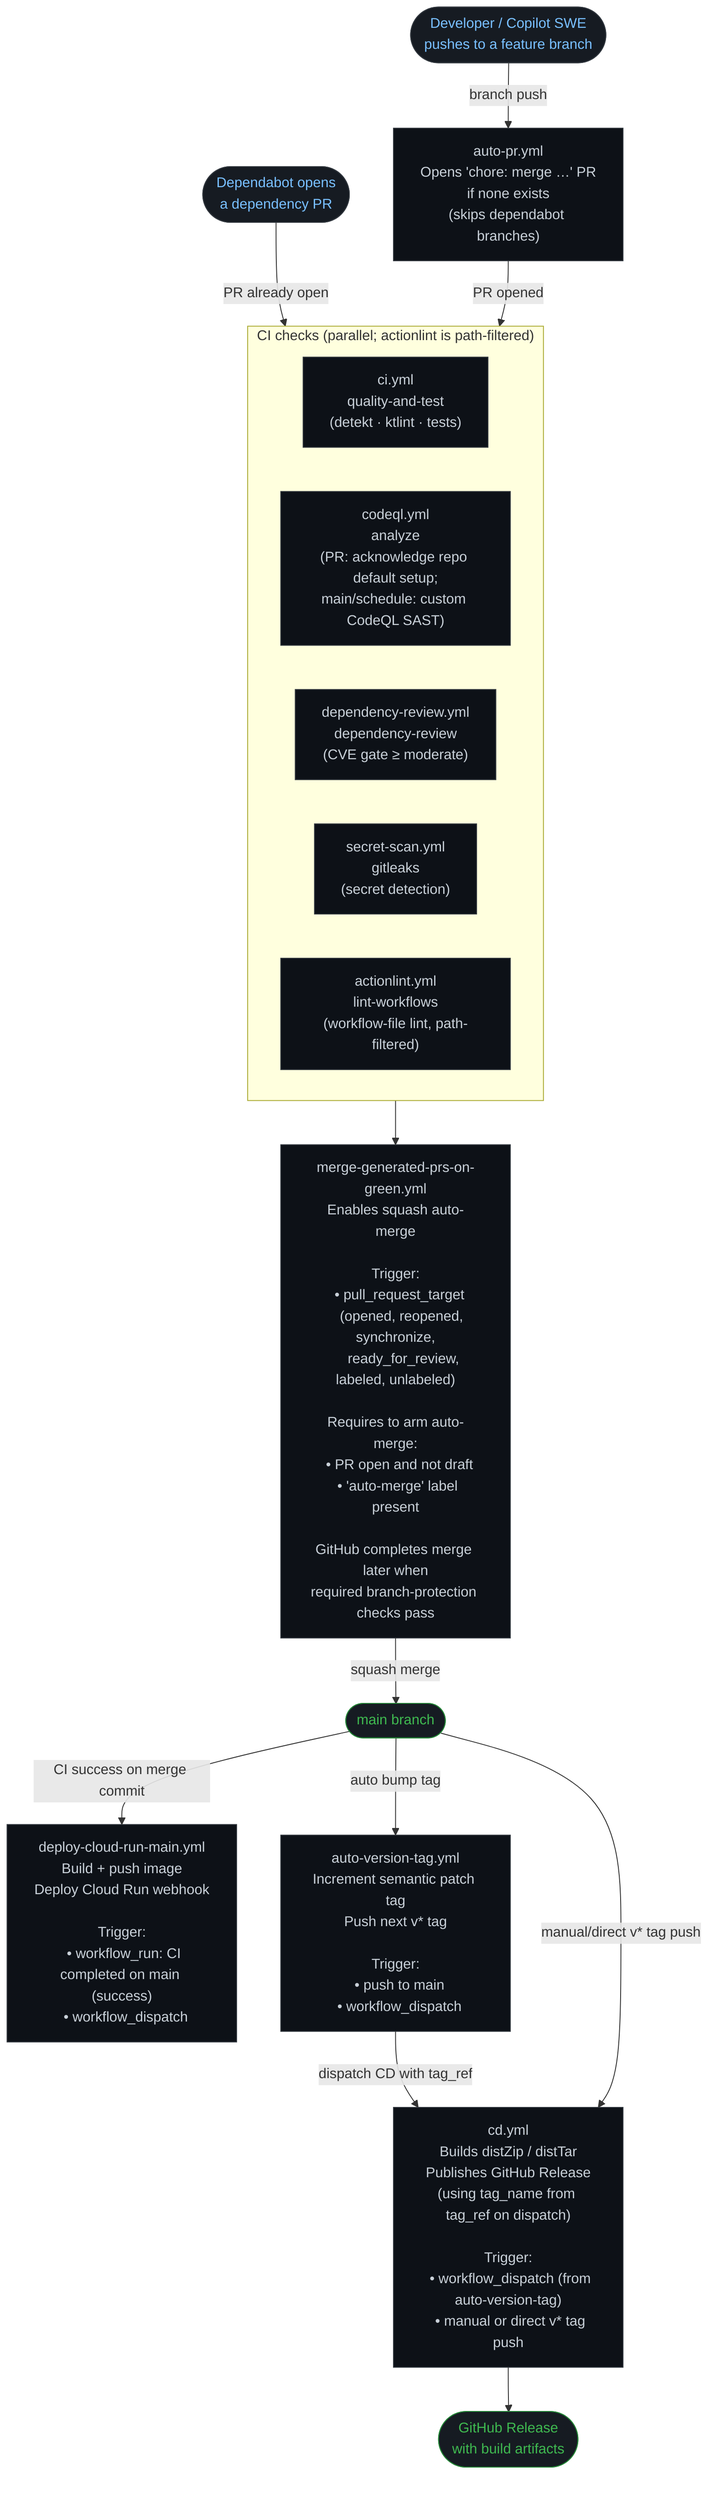
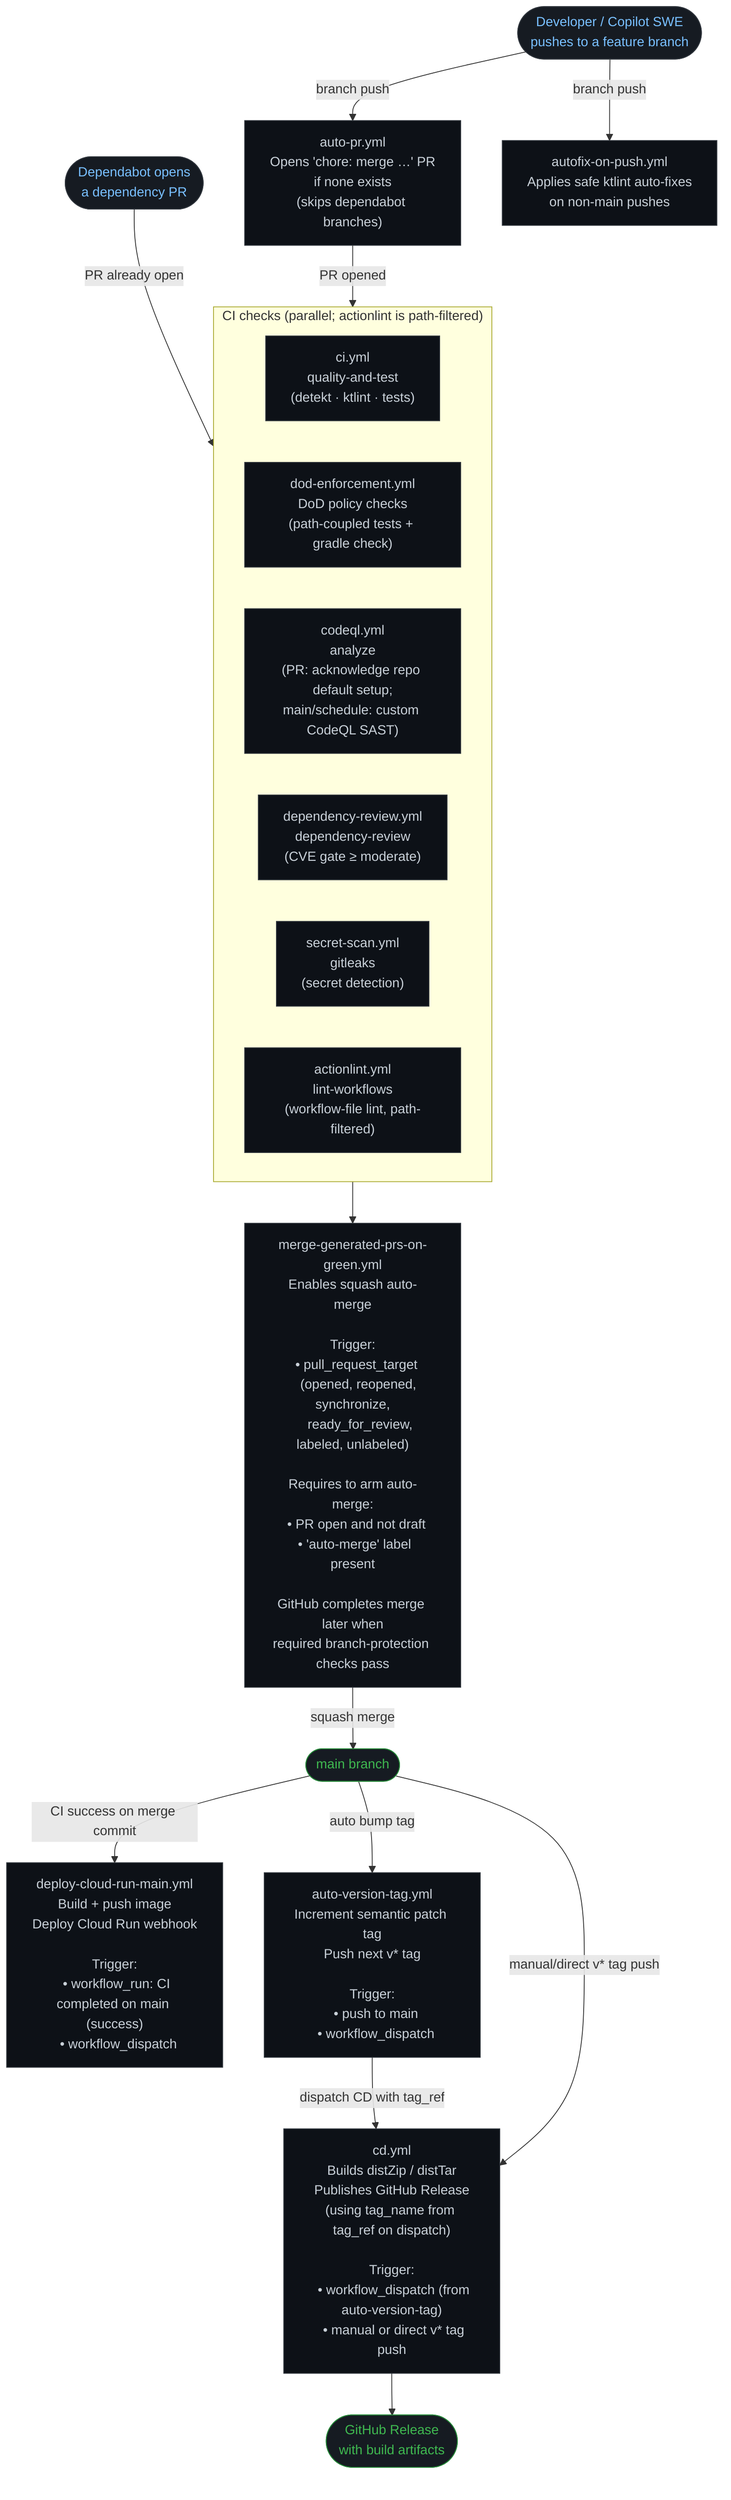
```mermaid
flowchart TD
    %% ── Entry points ──────────────────────────────────────────────────────────
    DEV([Developer / Copilot SWE\npushes to a feature branch])
    DEP([Dependabot opens\na dependency PR])

    %% ── Automation ────────────────────────────────────────────────────────────
    AUTO_PR["auto-pr.yml\nOpens 'chore: merge …' PR\nif none exists\n(skips dependabot branches)"]
+     AUTOFIX["autofix-on-push.yml\nApplies safe ktlint auto-fixes\non non-main pushes"]

    %% ── Required CI checks ────────────────────────────────────────────────────
    subgraph CI ["CI checks (parallel; actionlint is path-filtered)"]
        direction LR
        CI_JOB["ci.yml\nquality-and-test\n(detekt · ktlint · tests)"]
+         DOD["dod-enforcement.yml\nDoD policy checks\n(path-coupled tests + gradle check)"]
        CODEQL["codeql.yml\nanalyze\n(PR: acknowledge repo default setup;\nmain/schedule: custom CodeQL SAST)"]
        DEPREVIEW["dependency-review.yml\ndependency-review\n(CVE gate ≥ moderate)"]
        SECRET["secret-scan.yml\ngitleaks\n(secret detection)"]
        ACTIONLINT["actionlint.yml\nlint-workflows\n(workflow-file lint, path-filtered)"]
    end

    %% ── Merge ─────────────────────────────────────────────────────────────────
    MERGE["merge-generated-prs-on-green.yml\nEnables squash auto-merge\n\nTrigger:\n  • pull_request_target\n    (opened, reopened, synchronize,\n     ready_for_review, labeled, unlabeled)\n\nRequires to arm auto-merge:\n  • PR open and not draft\n  • 'auto-merge' label present\n\nGitHub completes merge later when\nrequired branch-protection checks pass"]

    %% ── CD ────────────────────────────────────────────────────────────────────
    MAIN([main branch])
    DEPLOY_MAIN["deploy-cloud-run-main.yml\nBuild + push image\nDeploy Cloud Run webhook\n\nTrigger:\n  • workflow_run: CI completed on main (success)\n  • workflow_dispatch"]
    AUTO_TAG["auto-version-tag.yml\nIncrement semantic patch tag\nPush next v* tag\n\nTrigger:\n  • push to main\n  • workflow_dispatch"]
    CD["cd.yml\nBuilds distZip / distTar\nPublishes GitHub Release\n(using tag_name from tag_ref on dispatch)\n\nTrigger:\n  • workflow_dispatch (from auto-version-tag)\n  • manual or direct v* tag push"]
    RELEASE([GitHub Release\nwith build artifacts])

    %% ── Flow ──────────────────────────────────────────────────────────────────
+     DEV -->|branch push| AUTOFIX
    DEV -->|branch push| AUTO_PR
    DEP -->|PR already open| CI

    AUTO_PR -->|PR opened| CI
    CI --> MERGE

    MERGE -->|squash merge| MAIN

    MAIN -->|CI success on merge commit| DEPLOY_MAIN
    MAIN -->|auto bump tag| AUTO_TAG
    AUTO_TAG -->|dispatch CD with tag_ref| CD
    MAIN -->|manual/direct v* tag push| CD
    CD --> RELEASE

    %% ── Styling ───────────────────────────────────────────────────────────────
    classDef workflow fill:#0d1117,stroke:#30363d,color:#c9d1d9
    classDef actor    fill:#161b22,stroke:#30363d,color:#79c0ff,shape:stadium
    classDef external fill:#161b22,stroke:#238636,color:#3fb950,shape:stadium

-     class AUTO_PR,CI_JOB,CODEQL,DEPREVIEW,SECRET,ACTIONLINT,MERGE,DEPLOY_MAIN,AUTO_TAG,CD workflow
+     class AUTO_PR,AUTOFIX,CI_JOB,DOD,CODEQL,DEPREVIEW,SECRET,ACTIONLINT,MERGE,DEPLOY_MAIN,AUTO_TAG,CD workflow
    class DEV,DEP actor
    class MAIN,RELEASE external
```
